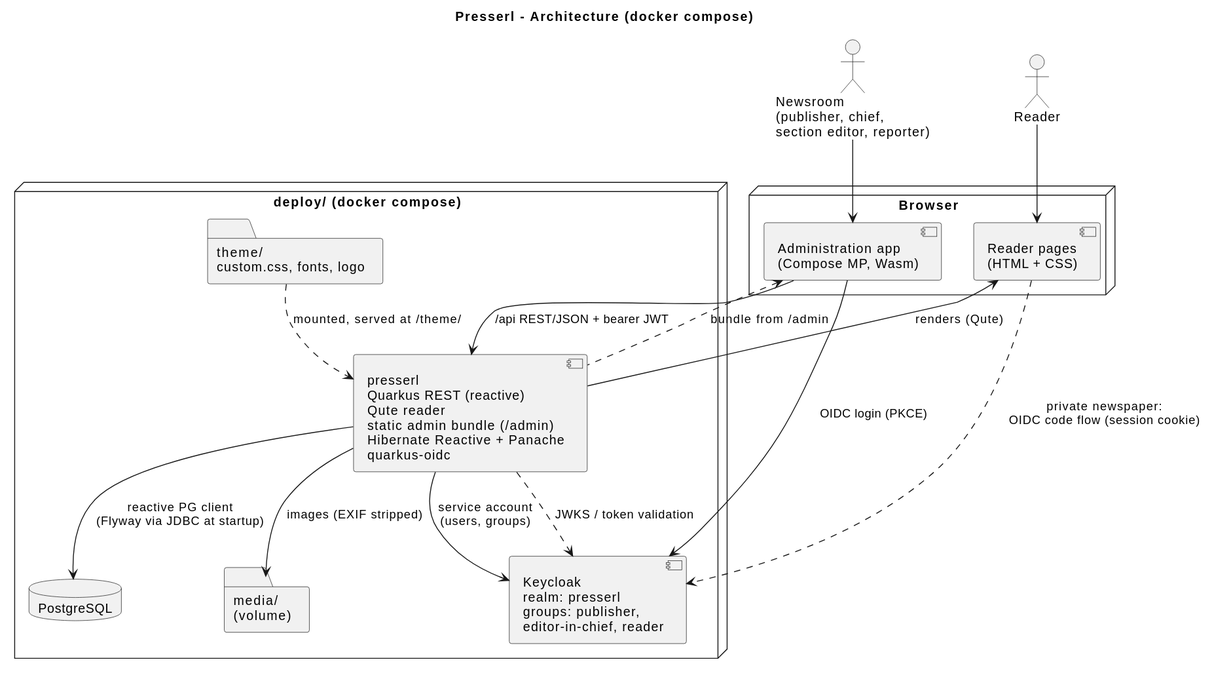
Before: docs/diagrams/architecture.svg, a diagram exported from PlantUML (UnterrainerInformatik/presserl).
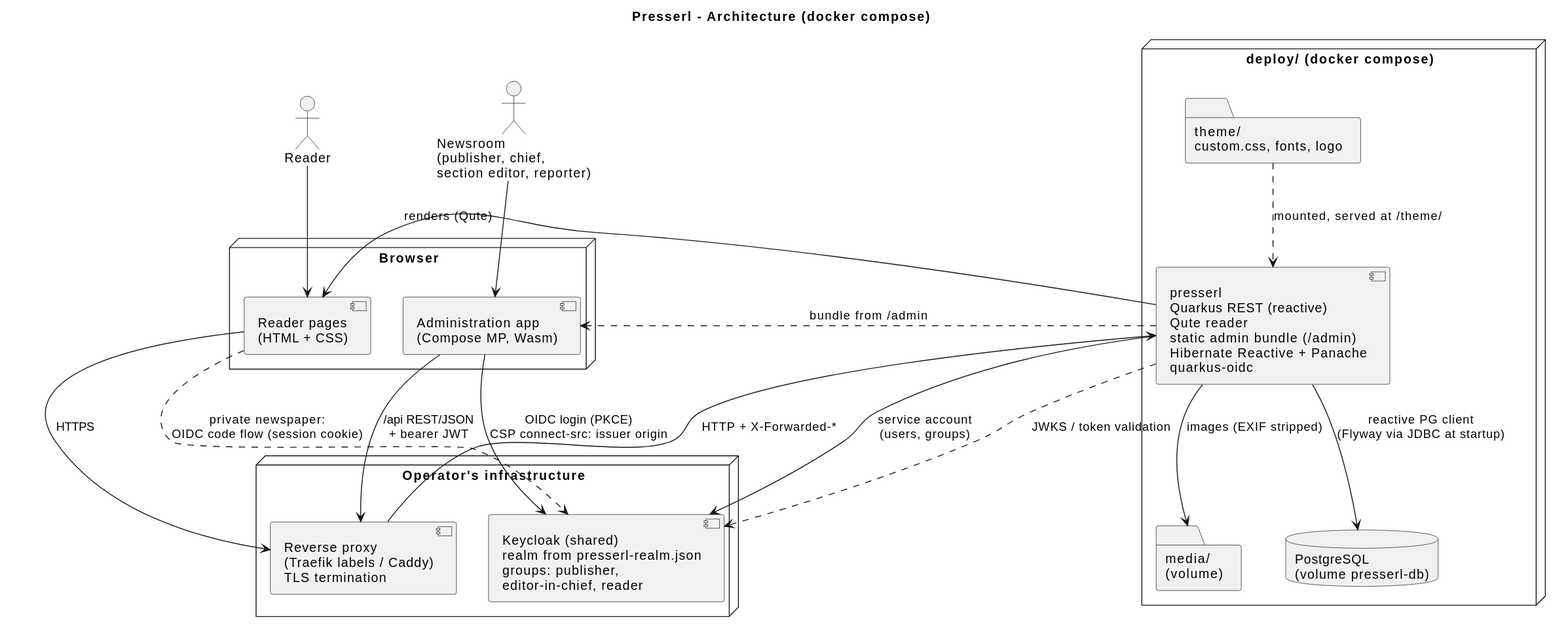
The same diagram one commit later.

Change to the diagram source:
```diff
@@ -9,22 +9,27 @@
   component "Reader pages\n(HTML + CSS)" as html
   component "Administration app\n(Compose MP, Wasm)" as admin
 }
+node "Operator's infrastructure" {
+  component "Reverse proxy\n(Traefik labels / Caddy)\nTLS termination" as proxy
+  component "Keycloak (shared)\nrealm from presserl-realm.json\ngroups: publisher,\neditor-in-chief, reader" as kc
+}
 node "deploy/ (docker compose)" {
   component "presserl\nQuarkus REST (reactive)\nQute reader\nstatic admin bundle (/admin)\nHibernate Reactive + Panache\nquarkus-oidc" as srv
   folder "theme/\ncustom.css, fonts, logo" as theme
-  component "Keycloak\nrealm: presserl\ngroups: publisher,\neditor-in-chief, reader" as kc
-  database "PostgreSQL" as db
+  database "PostgreSQL\n(volume presserl-db)" as db
   folder "media/\n(volume)" as media
 }
 
 reader --> html
 newsroom --> admin
+html --> proxy : HTTPS
+admin --> proxy : /api REST/JSON\n+ bearer JWT
+proxy --> srv : HTTP + X-Forwarded-*
 srv --> html : renders (Qute)
 admin <.. srv : bundle from /admin
 theme ..> srv : mounted, served at /theme/
 html ..> kc : private newspaper:\nOIDC code flow (session cookie)
-admin --> kc : OIDC login (PKCE)
-admin --> srv : /api REST/JSON + bearer JWT
+admin --> kc : OIDC login (PKCE)\nCSP connect-src: issuer origin
 srv --> kc : service account\n(users, groups)
 srv ..> kc : JWKS / token validation
 srv --> db : reactive PG client\n(Flyway via JDBC at startup)
```
